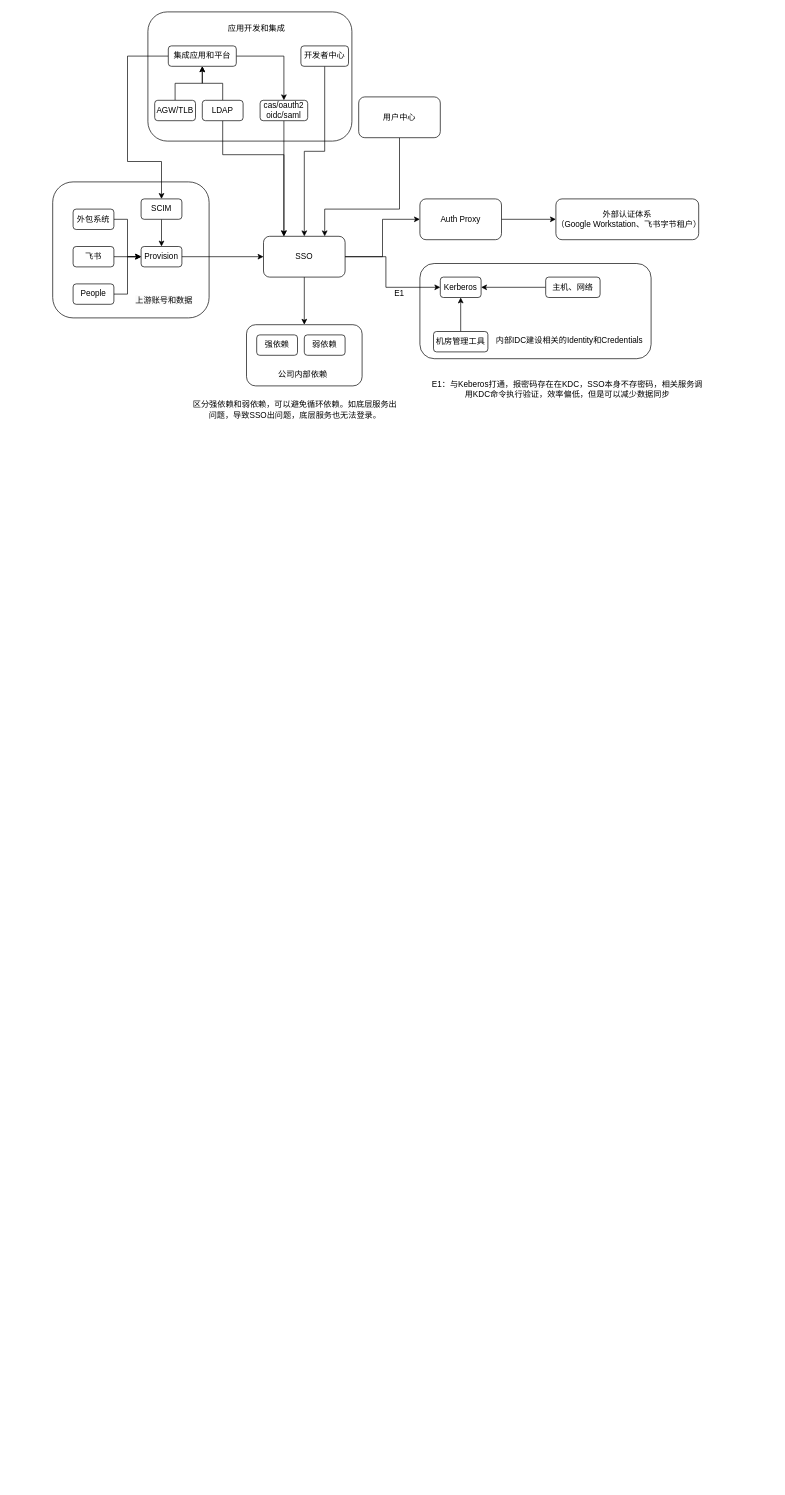
yamilinqh/spicedb keeps this draw.io diagram as 字节sso架构.drawio. Above is the earlier version. Source tidied: cells renumbered, new cells numbered last; positions are measured from the earlier drawing's top-left corner, leaving out a move shared by most shapes. Both pictures are drawn from the tidied source at 68%, with x=0, y=0 at pixel (52, 12).
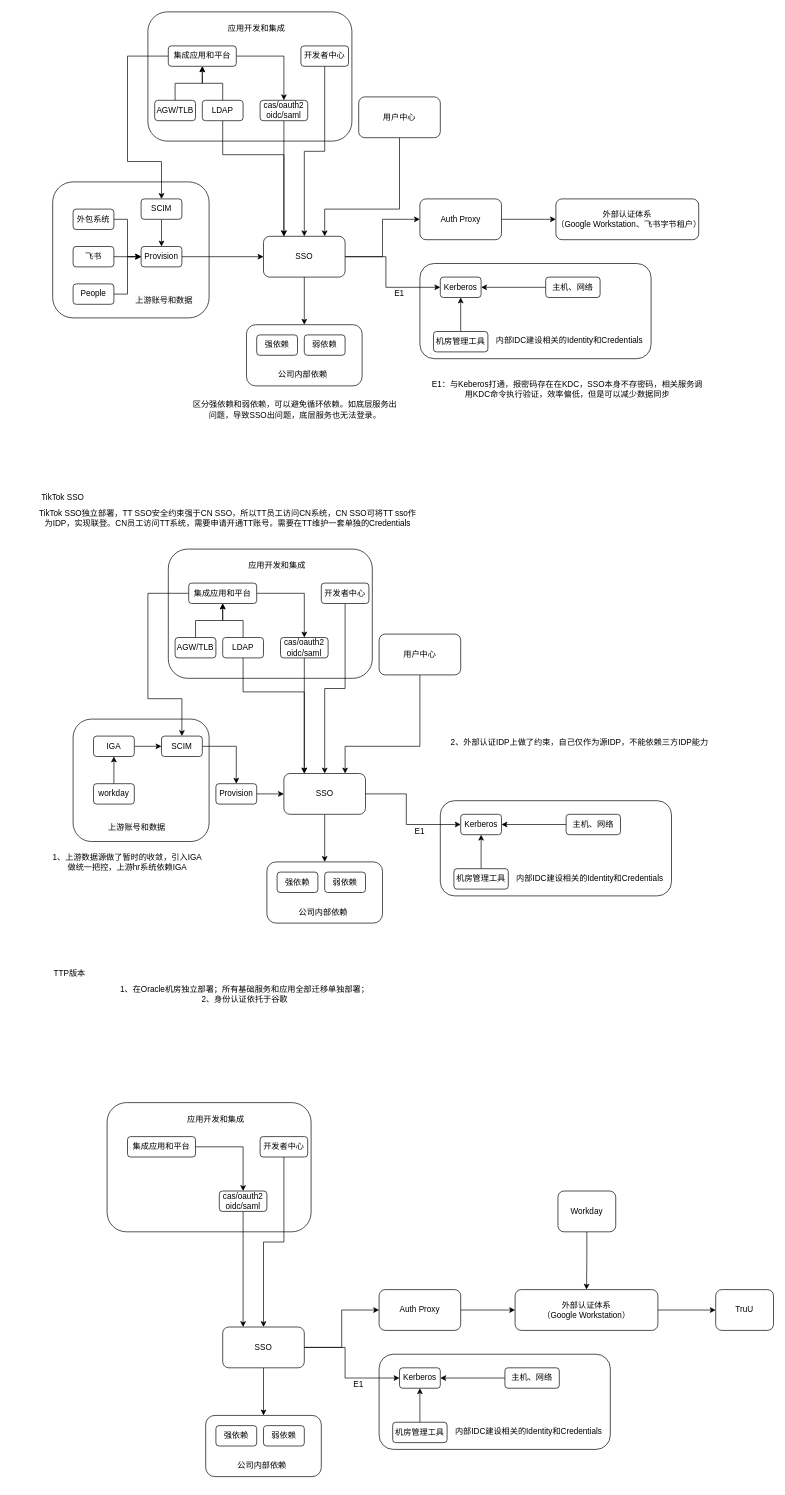
After the change.

Diff of the diagram source:
```diff
@@
+    <mxCell id="51" value="TikTok SSO" style="text;html=1;align=center;verticalAlign=middle;whiteSpace=wrap;rounded=0;" parent="1" vertex="1">
+      <mxGeometry x="-60" y="700" width="150" height="30" as="geometry" />
+    </mxCell>
+    <mxCell id="52" style="edgeStyle=orthogonalEdgeStyle;rounded=0;jettySize=auto;html=1;" parent="1" edge="1" source="53" target="56">
+      <mxGeometry relative="1" as="geometry" />
+    </mxCell>
+    <mxCell id="53" value="SSO" style="rounded=1;whiteSpace=wrap;html=1;" parent="1" vertex="1">
+      <mxGeometry x="340" y="1120" width="120" height="60" as="geometry" />
+    </mxCell>
+    <mxCell id="54" style="edgeStyle=orthogonalEdgeStyle;rounded=0;jettySize=auto;html=1;entryX=0.75;entryY=0;entryDx=0;entryDy=0;" parent="1" edge="1" source="55" target="53">
+      <mxGeometry relative="1" as="geometry">
+        <Array as="points">
+          <mxPoint x="540" y="1080" />
+          <mxPoint x="430" y="1080" />
+        </Array>
+      </mxGeometry>
+    </mxCell>
+    <mxCell id="55" value="用户中心" style="whiteSpace=wrap;html=1;rounded=1;" parent="1" vertex="1">
+      <mxGeometry x="480" y="915" width="120" height="60" as="geometry" />
+    </mxCell>
+    <mxCell id="56" style="rounded=1;whiteSpace=wrap;html=1;" parent="1" vertex="1">
+      <mxGeometry x="315" y="1250" width="170" height="90" as="geometry" />
+    </mxCell>
+    <mxCell id="57" style="rounded=1;whiteSpace=wrap;html=1;" parent="1" vertex="1">
+      <mxGeometry x="170" y="790" width="300" height="190" as="geometry" />
+    </mxCell>
+    <mxCell id="58" style="rounded=1;whiteSpace=wrap;html=1;" parent="1" vertex="1">
+      <mxGeometry x="30" y="1040" width="200" height="180" as="geometry" />
+    </mxCell>
+    <mxCell id="59" value="Provision" style="rounded=1;whiteSpace=wrap;html=1;" parent="1" vertex="1">
+      <mxGeometry x="240" y="1135" width="60" height="30" as="geometry" />
+    </mxCell>
+    <mxCell id="60" value="&lt;span style=&quot;color: rgb(0, 0, 0); font-family: Helvetica; font-size: 12px; font-style: normal; font-variant-ligatures: normal; font-variant-caps: normal; font-weight: 400; letter-spacing: normal; orphans: 2; text-align: center; text-indent: 0px; text-transform: none; widows: 2; word-spacing: 0px; -webkit-text-stroke-width: 0px; white-space: normal; background-color: rgb(251, 251, 251); text-decoration-thickness: initial; text-decoration-style: initial; text-decoration-color: initial; display: inline !important; float: none;&quot;&gt;上游账号和数据&lt;/span&gt;" style="text;whiteSpace=wrap;html=1;" parent="1" vertex="1">
+      <mxGeometry x="80" y="1185" width="120" height="40" as="geometry" />
+    </mxCell>
+    <mxCell id="61" style="edgeStyle=orthogonalEdgeStyle;rounded=0;jettySize=auto;html=1;" parent="1" edge="1" source="62" target="59">
+      <mxGeometry relative="1" as="geometry" />
+    </mxCell>
+    <mxCell id="62" value="SCIM" style="rounded=1;whiteSpace=wrap;html=1;" parent="1" vertex="1">
+      <mxGeometry x="160" y="1065" width="60" height="30" as="geometry" />
+    </mxCell>
+    <mxCell id="63" style="edgeStyle=orthogonalEdgeStyle;rounded=0;jettySize=auto;html=1;" parent="1" edge="1" source="64" target="62">
+      <mxGeometry relative="1" as="geometry" />
+    </mxCell>
+    <mxCell id="64" value="IGA" style="rounded=1;whiteSpace=wrap;html=1;" parent="1" vertex="1">
+      <mxGeometry x="60" y="1065" width="60" height="30" as="geometry" />
+    </mxCell>
+    <mxCell id="65" style="edgeStyle=orthogonalEdgeStyle;rounded=0;jettySize=auto;html=1;" parent="1" edge="1" source="59" target="53">
+      <mxGeometry relative="1" as="geometry" />
+    </mxCell>
+    <mxCell id="66" style="rounded=1;whiteSpace=wrap;html=1;" parent="1" vertex="1">
+      <mxGeometry x="570" y="1160" width="340" height="140" as="geometry" />
+    </mxCell>
+    <mxCell id="67" value="&lt;div style=&quot;text-align: center;&quot;&gt;内部IDC建设相关的Identity和Credentials&lt;/div&gt;" style="text;whiteSpace=wrap;html=1;" parent="1" vertex="1">
+      <mxGeometry x="680" y="1260" width="230" height="40" as="geometry" />
+    </mxCell>
+    <mxCell id="68" value="Kerberos" style="rounded=1;whiteSpace=wrap;html=1;" parent="1" vertex="1">
+      <mxGeometry x="600" y="1180" width="60" height="30" as="geometry" />
+    </mxCell>
+    <mxCell id="69" style="edgeStyle=orthogonalEdgeStyle;rounded=0;jettySize=auto;html=1;" parent="1" edge="1" source="53" target="68">
+      <mxGeometry relative="1" as="geometry">
+        <Array as="points">
+          <mxPoint x="520" y="1150" />
+          <mxPoint x="520" y="1195" />
+        </Array>
+      </mxGeometry>
+    </mxCell>
+    <mxCell id="70" style="edgeStyle=orthogonalEdgeStyle;rounded=0;jettySize=auto;html=1;" parent="1" edge="1" source="71" target="68">
+      <mxGeometry relative="1" as="geometry" />
+    </mxCell>
+    <mxCell id="71" value="主机、网络" style="rounded=1;whiteSpace=wrap;html=1;" parent="1" vertex="1">
+      <mxGeometry x="755" y="1180" width="80" height="30" as="geometry" />
+    </mxCell>
+    <mxCell id="72" style="edgeStyle=orthogonalEdgeStyle;rounded=0;jettySize=auto;html=1;" parent="1" edge="1" source="73" target="68">
+      <mxGeometry relative="1" as="geometry" />
+    </mxCell>
+    <mxCell id="73" value="机房管理工具" style="rounded=1;whiteSpace=wrap;html=1;" parent="1" vertex="1">
+      <mxGeometry x="590" y="1260" width="80" height="30" as="geometry" />
+    </mxCell>
+    <mxCell id="74" value="强依赖" style="rounded=1;whiteSpace=wrap;html=1;" parent="1" vertex="1">
+      <mxGeometry x="330" y="1265" width="60" height="30" as="geometry" />
+    </mxCell>
+    <mxCell id="75" value="&lt;span style=&quot;color: rgb(0, 0, 0); font-family: Helvetica; font-size: 12px; font-style: normal; font-variant-ligatures: normal; font-variant-caps: normal; font-weight: 400; letter-spacing: normal; orphans: 2; text-align: center; text-indent: 0px; text-transform: none; widows: 2; word-spacing: 0px; -webkit-text-stroke-width: 0px; white-space: normal; background-color: rgb(251, 251, 251); text-decoration-thickness: initial; text-decoration-style: initial; text-decoration-color: initial; display: inline !important; float: none;&quot;&gt;公司内部依赖&lt;/span&gt;" style="text;whiteSpace=wrap;html=1;" parent="1" vertex="1">
+      <mxGeometry x="360" y="1310" width="110" height="40" as="geometry" />
+    </mxCell>
+    <mxCell id="76" value="弱依赖" style="rounded=1;whiteSpace=wrap;html=1;" parent="1" vertex="1">
+      <mxGeometry x="400" y="1265" width="60" height="30" as="geometry" />
+    </mxCell>
+    <mxCell id="77" style="edgeStyle=orthogonalEdgeStyle;rounded=0;jettySize=auto;html=1;" parent="1" edge="1" source="79" target="62">
+      <mxGeometry relative="1" as="geometry">
+        <Array as="points">
+          <mxPoint x="140" y="855" />
+          <mxPoint x="140" y="1010" />
+          <mxPoint x="190" y="1010" />
+        </Array>
+      </mxGeometry>
+    </mxCell>
+    <mxCell id="78" style="edgeStyle=orthogonalEdgeStyle;rounded=0;jettySize=auto;html=1;" parent="1" edge="1" source="79" target="88">
+      <mxGeometry relative="1" as="geometry" />
+    </mxCell>
+    <mxCell id="79" value="集成应用和平台" style="rounded=1;whiteSpace=wrap;html=1;" parent="1" vertex="1">
+      <mxGeometry x="200" y="840" width="100" height="30" as="geometry" />
+    </mxCell>
+    <mxCell id="80" style="edgeStyle=orthogonalEdgeStyle;rounded=0;jettySize=auto;html=1;entryX=0.5;entryY=0;entryDx=0;entryDy=0;" parent="1" edge="1" source="81" target="53">
+      <mxGeometry relative="1" as="geometry" />
+    </mxCell>
+    <mxCell id="81" value="开发者中心" style="rounded=1;whiteSpace=wrap;html=1;" parent="1" vertex="1">
+      <mxGeometry x="395" y="840" width="70" height="30" as="geometry" />
+    </mxCell>
+    <mxCell id="82" style="edgeStyle=orthogonalEdgeStyle;rounded=0;jettySize=auto;html=1;" parent="1" edge="1" source="84" target="79">
+      <mxGeometry relative="1" as="geometry" />
+    </mxCell>
+    <mxCell id="83" style="edgeStyle=orthogonalEdgeStyle;rounded=0;jettySize=auto;html=1;entryX=0.25;entryY=0;entryDx=0;entryDy=0;" parent="1" edge="1" source="84" target="53">
+      <mxGeometry relative="1" as="geometry">
+        <Array as="points">
+          <mxPoint x="280" y="1000" />
+          <mxPoint x="370" y="1000" />
+        </Array>
+      </mxGeometry>
+    </mxCell>
+    <mxCell id="84" value="LDAP" style="rounded=1;whiteSpace=wrap;html=1;" parent="1" vertex="1">
+      <mxGeometry x="250" y="920" width="60" height="30" as="geometry" />
+    </mxCell>
+    <mxCell id="85" style="edgeStyle=orthogonalEdgeStyle;rounded=0;jettySize=auto;html=1;" parent="1" edge="1" source="86" target="79">
+      <mxGeometry relative="1" as="geometry" />
+    </mxCell>
+    <mxCell id="86" value="AGW/TLB" style="rounded=1;whiteSpace=wrap;html=1;" parent="1" vertex="1">
+      <mxGeometry x="180" y="920" width="60" height="30" as="geometry" />
+    </mxCell>
+    <mxCell id="87" style="edgeStyle=orthogonalEdgeStyle;rounded=0;jettySize=auto;html=1;entryX=0.25;entryY=0;entryDx=0;entryDy=0;" parent="1" edge="1" source="88" target="53">
+      <mxGeometry relative="1" as="geometry" />
+    </mxCell>
+    <mxCell id="88" value="cas/oauth2&lt;div&gt;oidc/saml&lt;/div&gt;" style="rounded=1;whiteSpace=wrap;html=1;" parent="1" vertex="1">
+      <mxGeometry x="335" y="920" width="70" height="30" as="geometry" />
+    </mxCell>
+    <mxCell id="89" value="应用开发和集成" style="text;html=1;align=center;verticalAlign=middle;whiteSpace=wrap;rounded=0;" parent="1" vertex="1">
+      <mxGeometry x="255" y="800" width="150" height="30" as="geometry" />
+    </mxCell>
+    <mxCell id="90" value="E1" style="text;html=1;align=center;verticalAlign=middle;whiteSpace=wrap;rounded=0;" parent="1" vertex="1">
+      <mxGeometry x="510" y="1190" width="60" height="30" as="geometry" />
+    </mxCell>
+    <mxCell id="91" style="edgeStyle=orthogonalEdgeStyle;rounded=0;jettySize=auto;html=1;entryX=0.5;entryY=1;entryDx=0;entryDy=0;" parent="1" edge="1" source="92" target="64">
+      <mxGeometry relative="1" as="geometry" />
+    </mxCell>
+    <mxCell id="92" value="workday" style="rounded=1;whiteSpace=wrap;html=1;" parent="1" vertex="1">
+      <mxGeometry x="60" y="1135" width="60" height="30" as="geometry" />
+    </mxCell>
+    <mxCell id="93" value="1、上游数据源做了暂时的收敛，引入IGA做统一把控，上游hr系统依赖IGA" style="text;html=1;align=center;verticalAlign=middle;whiteSpace=wrap;rounded=0;" parent="1" vertex="1">
+      <mxGeometry x="-5" y="1235" width="230" height="30" as="geometry" />
+    </mxCell>
+    <mxCell id="94" value="2、外部认证IDP上做了约束，自己仅作为源IDP，不能依赖三方IDP能力" style="text;html=1;align=center;verticalAlign=middle;whiteSpace=wrap;rounded=0;" parent="1" vertex="1">
+      <mxGeometry x="570" y="1060" width="410" height="30" as="geometry" />
+    </mxCell>
+    <mxCell id="95" value="TikTok SSO独立部署，TT SSO安全约束强于CN SSO，所以TT员工访问CN系统，CN SSO可将TT sso作为IDP，实现联登。CN员工访问TT系统，需要申请开通TT账号。需要在TT维护一套单独的Credentials" style="text;html=1;align=center;verticalAlign=middle;whiteSpace=wrap;rounded=0;" parent="1" vertex="1">
+      <mxGeometry x="-25" y="730" width="565" height="30" as="geometry" />
+    </mxCell>
+    <mxCell id="96" value="TTP版本" style="text;html=1;align=center;verticalAlign=middle;whiteSpace=wrap;rounded=0;" parent="1" vertex="1">
+      <mxGeometry x="-5" y="1400" width="60" height="30" as="geometry" />
+    </mxCell>
+    <mxCell id="97" style="edgeStyle=orthogonalEdgeStyle;rounded=0;jettySize=auto;html=1;" parent="1" edge="1" source="99" target="101">
+      <mxGeometry relative="1" as="geometry" />
+    </mxCell>
+    <mxCell id="98" style="edgeStyle=orthogonalEdgeStyle;rounded=0;jettySize=auto;html=1;" parent="1" edge="1" source="99" target="104">
+      <mxGeometry relative="1" as="geometry" />
+    </mxCell>
+    <mxCell id="99" value="SSO" style="rounded=1;whiteSpace=wrap;html=1;" parent="1" vertex="1">
+      <mxGeometry x="250" y="1934" width="120" height="60" as="geometry" />
+    </mxCell>
+    <mxCell id="100" style="edgeStyle=orthogonalEdgeStyle;rounded=0;jettySize=auto;html=1;" parent="1" edge="1" source="101" target="103">
+      <mxGeometry relative="1" as="geometry" />
+    </mxCell>
+    <mxCell id="101" value="Auth Proxy" style="rounded=1;whiteSpace=wrap;html=1;" parent="1" vertex="1">
+      <mxGeometry x="480" y="1879" width="120" height="60" as="geometry" />
+    </mxCell>
+    <mxCell id="102" style="edgeStyle=orthogonalEdgeStyle;rounded=0;jettySize=auto;html=1;" parent="1" edge="1" source="103" target="127">
+      <mxGeometry relative="1" as="geometry" />
+    </mxCell>
+    <mxCell id="103" value="外部认证体系&lt;br&gt;（Google Workstation）" style="rounded=1;whiteSpace=wrap;html=1;" parent="1" vertex="1">
+      <mxGeometry x="680" y="1879" width="210" height="60" as="geometry" />
+    </mxCell>
+    <mxCell id="104" style="rounded=1;whiteSpace=wrap;html=1;" parent="1" vertex="1">
+      <mxGeometry x="225" y="2064" width="170" height="90" as="geometry" />
+    </mxCell>
+    <mxCell id="105" style="rounded=1;whiteSpace=wrap;html=1;" parent="1" vertex="1">
+      <mxGeometry x="80" y="1604" width="300" height="190" as="geometry" />
+    </mxCell>
+    <mxCell id="106" style="rounded=1;whiteSpace=wrap;html=1;" parent="1" vertex="1">
+      <mxGeometry x="480" y="1974" width="340" height="140" as="geometry" />
+    </mxCell>
+    <mxCell id="107" value="&lt;div style=&quot;text-align: center;&quot;&gt;内部IDC建设相关的Identity和Credentials&lt;/div&gt;" style="text;whiteSpace=wrap;html=1;" parent="1" vertex="1">
+      <mxGeometry x="590" y="2074" width="230" height="40" as="geometry" />
+    </mxCell>
+    <mxCell id="108" value="Kerberos" style="rounded=1;whiteSpace=wrap;html=1;" parent="1" vertex="1">
+      <mxGeometry x="510" y="1994" width="60" height="30" as="geometry" />
+    </mxCell>
+    <mxCell id="109" style="edgeStyle=orthogonalEdgeStyle;rounded=0;jettySize=auto;html=1;" parent="1" edge="1" source="99" target="108">
+      <mxGeometry relative="1" as="geometry">
+        <Array as="points">
+          <mxPoint x="430" y="1964" />
+          <mxPoint x="430" y="2009" />
+        </Array>
+      </mxGeometry>
+    </mxCell>
+    <mxCell id="110" style="edgeStyle=orthogonalEdgeStyle;rounded=0;jettySize=auto;html=1;" parent="1" edge="1" source="111" target="108">
+      <mxGeometry relative="1" as="geometry" />
+    </mxCell>
+    <mxCell id="111" value="主机、网络" style="rounded=1;whiteSpace=wrap;html=1;" parent="1" vertex="1">
+      <mxGeometry x="665" y="1994" width="80" height="30" as="geometry" />
+    </mxCell>
+    <mxCell id="112" style="edgeStyle=orthogonalEdgeStyle;rounded=0;jettySize=auto;html=1;" parent="1" edge="1" source="113" target="108">
+      <mxGeometry relative="1" as="geometry" />
+    </mxCell>
+    <mxCell id="113" value="机房管理工具" style="rounded=1;whiteSpace=wrap;html=1;" parent="1" vertex="1">
+      <mxGeometry x="500" y="2074" width="80" height="30" as="geometry" />
+    </mxCell>
+    <mxCell id="114" value="强依赖" style="rounded=1;whiteSpace=wrap;html=1;" parent="1" vertex="1">
+      <mxGeometry x="240" y="2079" width="60" height="30" as="geometry" />
+    </mxCell>
+    <mxCell id="115" value="&lt;span style=&quot;color: rgb(0, 0, 0); font-family: Helvetica; font-size: 12px; font-style: normal; font-variant-ligatures: normal; font-variant-caps: normal; font-weight: 400; letter-spacing: normal; orphans: 2; text-align: center; text-indent: 0px; text-transform: none; widows: 2; word-spacing: 0px; -webkit-text-stroke-width: 0px; white-space: normal; background-color: rgb(251, 251, 251); text-decoration-thickness: initial; text-decoration-style: initial; text-decoration-color: initial; display: inline !important; float: none;&quot;&gt;公司内部依赖&lt;/span&gt;" style="text;whiteSpace=wrap;html=1;" parent="1" vertex="1">
+      <mxGeometry x="270" y="2124" width="110" height="40" as="geometry" />
+    </mxCell>
+    <mxCell id="116" value="弱依赖" style="rounded=1;whiteSpace=wrap;html=1;" parent="1" vertex="1">
+      <mxGeometry x="310" y="2079" width="60" height="30" as="geometry" />
+    </mxCell>
+    <mxCell id="117" style="edgeStyle=orthogonalEdgeStyle;rounded=0;jettySize=auto;html=1;" parent="1" edge="1" source="118" target="122">
+      <mxGeometry relative="1" as="geometry" />
+    </mxCell>
+    <mxCell id="118" value="集成应用和平台" style="rounded=1;whiteSpace=wrap;html=1;" parent="1" vertex="1">
+      <mxGeometry x="110" y="1654" width="100" height="30" as="geometry" />
+    </mxCell>
+    <mxCell id="119" style="edgeStyle=orthogonalEdgeStyle;rounded=0;jettySize=auto;html=1;entryX=0.5;entryY=0;entryDx=0;entryDy=0;" parent="1" edge="1" source="120" target="99">
+      <mxGeometry relative="1" as="geometry" />
+    </mxCell>
+    <mxCell id="120" value="开发者中心" style="rounded=1;whiteSpace=wrap;html=1;" parent="1" vertex="1">
+      <mxGeometry x="305" y="1654" width="70" height="30" as="geometry" />
+    </mxCell>
+    <mxCell id="121" style="edgeStyle=orthogonalEdgeStyle;rounded=0;jettySize=auto;html=1;entryX=0.25;entryY=0;entryDx=0;entryDy=0;" parent="1" edge="1" source="122" target="99">
+      <mxGeometry relative="1" as="geometry" />
+    </mxCell>
+    <mxCell id="122" value="cas/oauth2&lt;div&gt;oidc/saml&lt;/div&gt;" style="rounded=1;whiteSpace=wrap;html=1;" parent="1" vertex="1">
+      <mxGeometry x="245" y="1734" width="70" height="30" as="geometry" />
+    </mxCell>
+    <mxCell id="123" value="应用开发和集成" style="text;html=1;align=center;verticalAlign=middle;whiteSpace=wrap;rounded=0;" parent="1" vertex="1">
+      <mxGeometry x="165" y="1614" width="150" height="30" as="geometry" />
+    </mxCell>
+    <mxCell id="124" value="E1" style="text;html=1;align=center;verticalAlign=middle;whiteSpace=wrap;rounded=0;" parent="1" vertex="1">
+      <mxGeometry x="420" y="2004" width="60" height="30" as="geometry" />
+    </mxCell>
+    <mxCell id="125" style="edgeStyle=orthogonalEdgeStyle;rounded=0;jettySize=auto;html=1;" parent="1" edge="1" source="126" target="103">
+      <mxGeometry relative="1" as="geometry" />
+    </mxCell>
+    <mxCell id="126" value="Workday" style="rounded=1;whiteSpace=wrap;html=1;" parent="1" vertex="1">
+      <mxGeometry x="743" y="1734" width="85" height="60" as="geometry" />
+    </mxCell>
+    <mxCell id="127" value="TruU" style="rounded=1;whiteSpace=wrap;html=1;" parent="1" vertex="1">
+      <mxGeometry x="975" y="1879" width="85" height="60" as="geometry" />
+    </mxCell>
+    <mxCell id="128" value="1、在Oracle机房独立部署；所有基础服务和应用全部迁移单独部署；&lt;br&gt;2、身份认证依托于谷歌" style="text;html=1;align=center;verticalAlign=middle;whiteSpace=wrap;rounded=0;" parent="1" vertex="1">
+      <mxGeometry y="1430" width="565" height="30" as="geometry" />
+    </mxCell>
```
